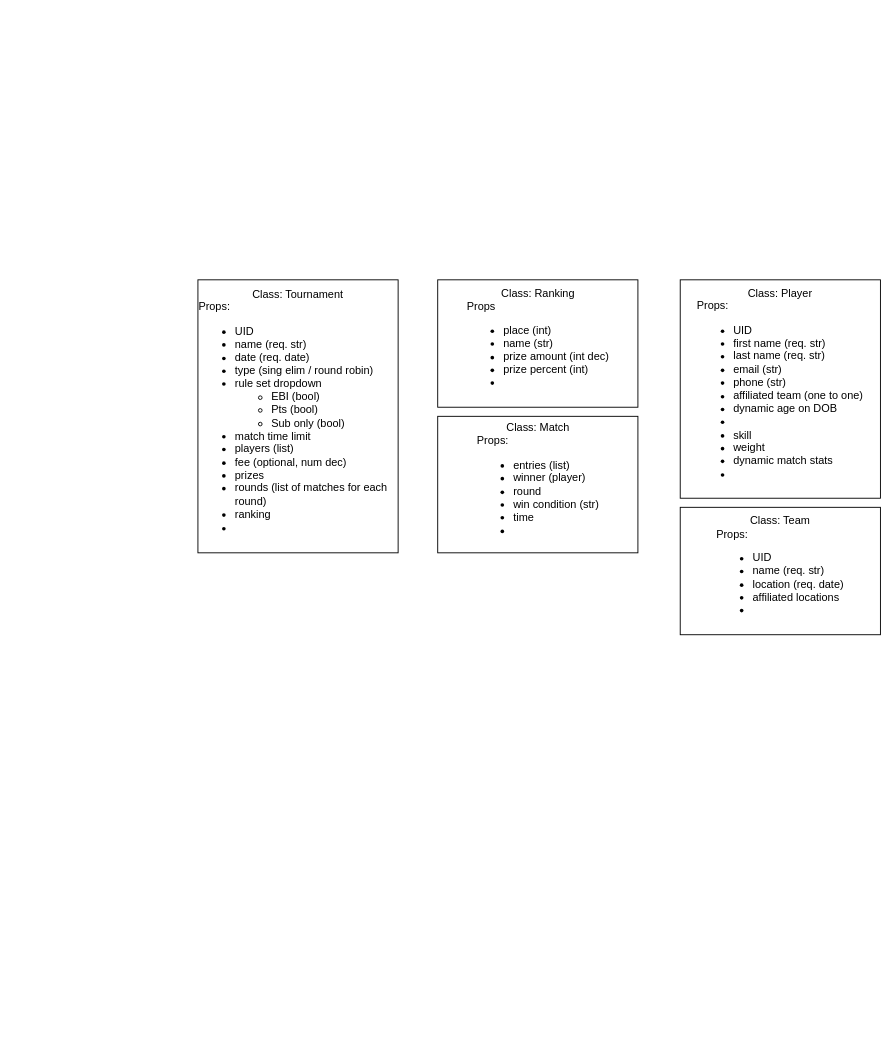
Earlier version of the draw.io diagram data_map.drawio (jessi-b/TournamentTracker.Solution). Source tidied: cells renumbered, new cells numbered last; positions are measured from the earlier drawing's top-left corner, leaving out a move shared by most shapes. Both pictures are drawn from the tidied source at 91%, with x=0, y=0 at pixel (197, 279).
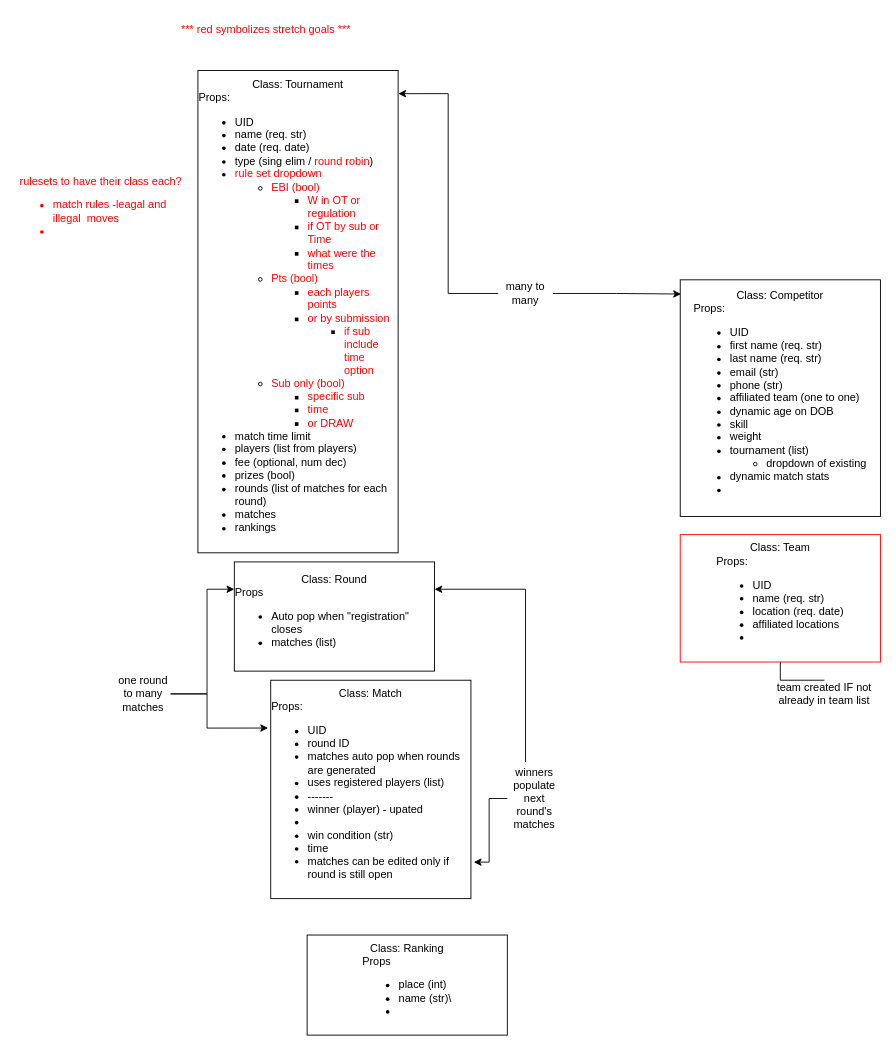
After the change.

What changed in the source:
```diff
@@
-    <mxCell id="2" value="Class: Player&lt;br&gt;&lt;div style=&quot;text-align: left&quot;&gt;&lt;span&gt;Props:&lt;/span&gt;&lt;br&gt;&lt;/div&gt;&lt;ul&gt;&lt;li style=&quot;text-align: left&quot;&gt;&lt;span&gt;UID&lt;/span&gt;&lt;/li&gt;&lt;li style=&quot;text-align: left&quot;&gt;&lt;span&gt;first name (req. str)&lt;/span&gt;&lt;/li&gt;&lt;li style=&quot;text-align: left&quot;&gt;last name (req. str)&lt;/li&gt;&lt;li style=&quot;text-align: left&quot;&gt;email (str)&lt;/li&gt;&lt;li style=&quot;text-align: left&quot;&gt;phone (str)&lt;/li&gt;&lt;li style=&quot;text-align: left&quot;&gt;affiliated team (one to one)&lt;/li&gt;&lt;li style=&quot;text-align: left&quot;&gt;dynamic age on DOB&lt;/li&gt;&lt;li style=&quot;text-align: left&quot;&gt;&lt;br&gt;&lt;/li&gt;&lt;li style=&quot;text-align: left&quot;&gt;skill&lt;/li&gt;&lt;li style=&quot;text-align: left&quot;&gt;weight&lt;/li&gt;&lt;li style=&quot;text-align: left&quot;&gt;dynamic match stats&lt;/li&gt;&lt;li style=&quot;text-align: left&quot;&gt;&lt;br&gt;&lt;/li&gt;&lt;/ul&gt;" style="rounded=0;whiteSpace=wrap;html=1;" parent="1" vertex="1">
-      <mxGeometry x="530" width="220" height="240" as="geometry" />
+    <mxCell id="2" value="Class:&amp;nbsp;&lt;span&gt;Competitor&lt;/span&gt;&lt;br&gt;&lt;div style=&quot;text-align: left&quot;&gt;&lt;span&gt;Props:&lt;/span&gt;&lt;br&gt;&lt;/div&gt;&lt;ul&gt;&lt;li style=&quot;text-align: left&quot;&gt;&lt;span&gt;UID&lt;/span&gt;&lt;/li&gt;&lt;li style=&quot;text-align: left&quot;&gt;&lt;span&gt;first name (req. str)&lt;/span&gt;&lt;/li&gt;&lt;li style=&quot;text-align: left&quot;&gt;last name (req. str)&lt;/li&gt;&lt;li style=&quot;text-align: left&quot;&gt;email (str)&lt;/li&gt;&lt;li style=&quot;text-align: left&quot;&gt;phone (str)&lt;/li&gt;&lt;li style=&quot;text-align: left&quot;&gt;affiliated team (one to one)&lt;/li&gt;&lt;li style=&quot;text-align: left&quot;&gt;dynamic age on DOB&lt;/li&gt;&lt;li style=&quot;text-align: left&quot;&gt;skill&lt;/li&gt;&lt;li style=&quot;text-align: left&quot;&gt;weight&lt;/li&gt;&lt;li style=&quot;text-align: left&quot;&gt;tournament (list)&amp;nbsp;&lt;/li&gt;&lt;ul&gt;&lt;li style=&quot;text-align: left&quot;&gt;dropdown of existing&lt;/li&gt;&lt;/ul&gt;&lt;li style=&quot;text-align: left&quot;&gt;dynamic match stats&lt;/li&gt;&lt;li style=&quot;text-align: left&quot;&gt;&lt;br&gt;&lt;/li&gt;&lt;/ul&gt;" style="rounded=0;whiteSpace=wrap;html=1;" parent="1" vertex="1">
+      <mxGeometry x="530" width="220" height="260" as="geometry" />
     </mxCell>
-    <mxCell id="3" value="Class: Tournament&lt;br&gt;&lt;div style=&quot;text-align: left&quot;&gt;&lt;span&gt;Props:&lt;/span&gt;&lt;br&gt;&lt;/div&gt;&lt;ul&gt;&lt;li style=&quot;text-align: left&quot;&gt;&lt;span&gt;UID&lt;/span&gt;&lt;/li&gt;&lt;li style=&quot;text-align: left&quot;&gt;&lt;span&gt;name (req. str)&lt;/span&gt;&lt;/li&gt;&lt;li style=&quot;text-align: left&quot;&gt;date (req. date)&lt;/li&gt;&lt;li style=&quot;text-align: left&quot;&gt;type (sing elim / round robin)&lt;/li&gt;&lt;li style=&quot;text-align: left&quot;&gt;rule set dropdown&lt;/li&gt;&lt;ul&gt;&lt;li style=&quot;text-align: left&quot;&gt;EBI (bool)&lt;/li&gt;&lt;li style=&quot;text-align: left&quot;&gt;Pts (bool)&lt;/li&gt;&lt;li style=&quot;text-align: left&quot;&gt;Sub only (bool)&lt;/li&gt;&lt;/ul&gt;&lt;li style=&quot;text-align: left&quot;&gt;match time limit&lt;/li&gt;&lt;li style=&quot;text-align: left&quot;&gt;players (list)&lt;/li&gt;&lt;li style=&quot;text-align: left&quot;&gt;fee (optional, num dec)&lt;/li&gt;&lt;li style=&quot;text-align: left&quot;&gt;prizes&lt;/li&gt;&lt;li style=&quot;text-align: left&quot;&gt;rounds (list of matches for each round)&lt;/li&gt;&lt;li style=&quot;text-align: left&quot;&gt;ranking&lt;/li&gt;&lt;li style=&quot;text-align: left&quot;&gt;&lt;br&gt;&lt;/li&gt;&lt;/ul&gt;" style="rounded=0;whiteSpace=wrap;html=1;" parent="1" vertex="1">
-      <mxGeometry width="220" height="300" as="geometry" />
+    <mxCell id="3" value="Class: Tournament&lt;br&gt;&lt;div style=&quot;text-align: left&quot;&gt;&lt;span&gt;Props:&lt;/span&gt;&lt;br&gt;&lt;/div&gt;&lt;ul&gt;&lt;li style=&quot;text-align: left&quot;&gt;&lt;span&gt;UID&lt;/span&gt;&lt;/li&gt;&lt;li style=&quot;text-align: left&quot;&gt;&lt;span&gt;name (req. str)&lt;/span&gt;&lt;/li&gt;&lt;li style=&quot;text-align: left&quot;&gt;date (req. date)&lt;/li&gt;&lt;li style=&quot;text-align: left&quot;&gt;type (sing elim / &lt;font color=&quot;#ff0000&quot;&gt;round robin&lt;/font&gt;)&lt;/li&gt;&lt;li style=&quot;text-align: left&quot;&gt;&lt;font color=&quot;#ff0000&quot;&gt;rule set dropdown&lt;/font&gt;&lt;/li&gt;&lt;ul&gt;&lt;li style=&quot;text-align: left&quot;&gt;&lt;font color=&quot;#ff0000&quot;&gt;EBI (bool)&lt;/font&gt;&lt;/li&gt;&lt;ul&gt;&lt;li style=&quot;text-align: left&quot;&gt;&lt;font color=&quot;#ff0000&quot;&gt;W in OT or regulation&lt;/font&gt;&lt;/li&gt;&lt;li style=&quot;text-align: left&quot;&gt;&lt;font color=&quot;#ff0000&quot;&gt;if OT by sub or Time&lt;/font&gt;&lt;/li&gt;&lt;li style=&quot;text-align: left&quot;&gt;&lt;font color=&quot;#ff0000&quot;&gt;what were the times&lt;/font&gt;&lt;/li&gt;&lt;/ul&gt;&lt;li style=&quot;text-align: left&quot;&gt;&lt;font color=&quot;#ff0000&quot;&gt;Pts (bool)&lt;/font&gt;&lt;/li&gt;&lt;ul&gt;&lt;li style=&quot;text-align: left&quot;&gt;&lt;font color=&quot;#ff0000&quot;&gt;each players points&lt;/font&gt;&lt;/li&gt;&lt;li style=&quot;text-align: left&quot;&gt;&lt;font color=&quot;#ff0000&quot;&gt;or by submission&lt;/font&gt;&lt;/li&gt;&lt;ul&gt;&lt;li style=&quot;text-align: left&quot;&gt;&lt;font color=&quot;#ff0000&quot;&gt;if sub include time option&lt;/font&gt;&lt;/li&gt;&lt;/ul&gt;&lt;/ul&gt;&lt;li style=&quot;text-align: left&quot;&gt;&lt;font color=&quot;#ff0000&quot;&gt;Sub only (bool)&lt;/font&gt;&lt;/li&gt;&lt;ul&gt;&lt;li style=&quot;text-align: left&quot;&gt;&lt;font color=&quot;#ff0000&quot;&gt;specific sub&lt;/font&gt;&lt;/li&gt;&lt;li style=&quot;text-align: left&quot;&gt;&lt;font color=&quot;#ff0000&quot;&gt;time&lt;/font&gt;&lt;/li&gt;&lt;li style=&quot;text-align: left&quot;&gt;&lt;font color=&quot;#ff0000&quot;&gt;or DRAW&lt;/font&gt;&lt;/li&gt;&lt;/ul&gt;&lt;/ul&gt;&lt;li style=&quot;text-align: left&quot;&gt;match time limit&lt;/li&gt;&lt;li style=&quot;text-align: left&quot;&gt;players (list from players)&lt;/li&gt;&lt;li style=&quot;text-align: left&quot;&gt;fee (optional, num dec)&lt;/li&gt;&lt;li style=&quot;text-align: left&quot;&gt;prizes (bool)&lt;/li&gt;&lt;li style=&quot;text-align: left&quot;&gt;rounds (list of matches for each round)&lt;/li&gt;&lt;li style=&quot;text-align: left&quot;&gt;matches&lt;/li&gt;&lt;li style=&quot;text-align: left&quot;&gt;rankings&lt;/li&gt;&lt;/ul&gt;" style="rounded=0;whiteSpace=wrap;html=1;" parent="1" vertex="1">
+      <mxGeometry y="-230" width="220" height="530" as="geometry" />
     </mxCell>
-    <mxCell id="4" value="Class: Team&lt;br&gt;&lt;div style=&quot;text-align: left&quot;&gt;&lt;span&gt;Props:&lt;/span&gt;&lt;/div&gt;&lt;ul&gt;&lt;li style=&quot;text-align: left&quot;&gt;&lt;span&gt;UID&lt;/span&gt;&lt;/li&gt;&lt;li style=&quot;text-align: left&quot;&gt;&lt;span&gt;name (req. str)&lt;/span&gt;&lt;/li&gt;&lt;li style=&quot;text-align: left&quot;&gt;location (req. date)&lt;/li&gt;&lt;li style=&quot;text-align: left&quot;&gt;affiliated locations&lt;/li&gt;&lt;li style=&quot;text-align: left&quot;&gt;&lt;br&gt;&lt;/li&gt;&lt;/ul&gt;" style="rounded=0;whiteSpace=wrap;html=1;" parent="1" vertex="1">
-      <mxGeometry x="530" y="250" width="220" height="140" as="geometry" />
+    <mxCell id="4" value="Class: Team&lt;br&gt;&lt;div style=&quot;text-align: left&quot;&gt;&lt;span&gt;Props:&lt;/span&gt;&lt;/div&gt;&lt;ul&gt;&lt;li style=&quot;text-align: left&quot;&gt;&lt;span&gt;UID&lt;/span&gt;&lt;/li&gt;&lt;li style=&quot;text-align: left&quot;&gt;&lt;span&gt;name (req. str)&lt;/span&gt;&lt;/li&gt;&lt;li style=&quot;text-align: left&quot;&gt;location (req. date)&lt;/li&gt;&lt;li style=&quot;text-align: left&quot;&gt;affiliated locations&lt;/li&gt;&lt;li style=&quot;text-align: left&quot;&gt;&lt;br&gt;&lt;/li&gt;&lt;/ul&gt;" style="rounded=0;whiteSpace=wrap;html=1;strokeColor=#FF0000;" parent="1" vertex="1">
+      <mxGeometry x="530" y="280" width="220" height="140" as="geometry" />
     </mxCell>
-    <mxCell id="5" value="Class: Ranking&lt;br&gt;&lt;div style=&quot;text-align: left&quot;&gt;Props&lt;/div&gt;&lt;ul&gt;&lt;li style=&quot;text-align: left&quot;&gt;place (int)&lt;/li&gt;&lt;li style=&quot;text-align: left&quot;&gt;name (str)&lt;/li&gt;&lt;li style=&quot;text-align: left&quot;&gt;prize amount (int dec)&lt;/li&gt;&lt;li style=&quot;text-align: left&quot;&gt;prize percent (int)&lt;/li&gt;&lt;li style=&quot;text-align: left&quot;&gt;&lt;br&gt;&lt;/li&gt;&lt;/ul&gt;" style="rounded=0;whiteSpace=wrap;html=1;" parent="1" vertex="1">
-      <mxGeometry x="263.5" width="220" height="140" as="geometry" />
+    <mxCell id="5" value="Class: Ranking&lt;br&gt;&lt;div style=&quot;text-align: left&quot;&gt;Props&lt;/div&gt;&lt;ul&gt;&lt;li style=&quot;text-align: left&quot;&gt;place (int)&lt;/li&gt;&lt;li style=&quot;text-align: left&quot;&gt;name (str)\&lt;/li&gt;&lt;li style=&quot;text-align: left&quot;&gt;&lt;br&gt;&lt;/li&gt;&lt;/ul&gt;" style="rounded=0;whiteSpace=wrap;html=1;" parent="1" vertex="1">
+      <mxGeometry x="120" y="720" width="220" height="110" as="geometry" />
     </mxCell>
-    <mxCell id="6" value="Class: Match&lt;br&gt;&lt;div style=&quot;text-align: left&quot;&gt;&lt;span&gt;Props:&lt;/span&gt;&lt;/div&gt;&lt;ul&gt;&lt;li style=&quot;text-align: left&quot;&gt;&lt;span&gt;entries (list)&lt;/span&gt;&lt;/li&gt;&lt;li style=&quot;text-align: left&quot;&gt;&lt;span&gt;winner (player)&lt;/span&gt;&lt;/li&gt;&lt;li style=&quot;text-align: left&quot;&gt;round&lt;/li&gt;&lt;li style=&quot;text-align: left&quot;&gt;win condition (str)&lt;/li&gt;&lt;li style=&quot;text-align: left&quot;&gt;time&lt;/li&gt;&lt;li style=&quot;text-align: left&quot;&gt;&lt;br&gt;&lt;/li&gt;&lt;/ul&gt;" style="rounded=0;whiteSpace=wrap;html=1;" parent="1" vertex="1">
-      <mxGeometry x="263.5" y="150" width="220" height="150" as="geometry" />
+    <mxCell id="6" value="Class: Match&lt;br&gt;&lt;div style=&quot;text-align: left&quot;&gt;&lt;span&gt;Props:&lt;/span&gt;&lt;/div&gt;&lt;ul&gt;&lt;li style=&quot;text-align: left&quot;&gt;&lt;span&gt;UID&lt;/span&gt;&lt;/li&gt;&lt;li style=&quot;text-align: left&quot;&gt;&lt;span&gt;round ID&amp;nbsp;&lt;/span&gt;&lt;/li&gt;&lt;li style=&quot;text-align: left&quot;&gt;&lt;span&gt;matches auto pop when rounds are generated&lt;/span&gt;&lt;/li&gt;&lt;li style=&quot;text-align: left&quot;&gt;&lt;span&gt;uses registered players (list)&lt;/span&gt;&lt;/li&gt;&lt;li style=&quot;text-align: left&quot;&gt;&lt;span&gt;-------&lt;/span&gt;&lt;/li&gt;&lt;li style=&quot;text-align: left&quot;&gt;&lt;span&gt;winner (player) - upated&lt;/span&gt;&lt;/li&gt;&lt;li style=&quot;text-align: left&quot;&gt;&lt;br&gt;&lt;/li&gt;&lt;li style=&quot;text-align: left&quot;&gt;win condition (str)&lt;/li&gt;&lt;li style=&quot;text-align: left&quot;&gt;time&lt;/li&gt;&lt;li style=&quot;text-align: left&quot;&gt;matches can be edited only if round is still open&lt;/li&gt;&lt;/ul&gt;" style="rounded=0;whiteSpace=wrap;html=1;" parent="1" vertex="1">
+      <mxGeometry x="80" y="440" width="220" height="240" as="geometry" />
     </mxCell>
+    <mxCell id="7" style="edgeStyle=orthogonalEdgeStyle;rounded=0;jettySize=auto;html=1;entryX=0.004;entryY=0.06;entryDx=0;entryDy=0;entryPerimeter=0;fontColor=#000000;" parent="1" edge="1" source="9" target="2">
+      <mxGeometry relative="1" as="geometry" />
+    </mxCell>
+    <mxCell id="8" style="edgeStyle=orthogonalEdgeStyle;rounded=0;jettySize=auto;html=1;exitX=0;exitY=0.5;exitDx=0;exitDy=0;fontColor=#000000;entryX=1.001;entryY=0.048;entryDx=0;entryDy=0;entryPerimeter=0;" parent="1" edge="1" source="9" target="3">
+      <mxGeometry relative="1" as="geometry" />
+    </mxCell>
+    <mxCell id="9" value="many to many" style="text;html=1;strokeColor=none;fillColor=none;align=center;verticalAlign=middle;whiteSpace=wrap;rounded=0;fontColor=#000000;" parent="1" vertex="1">
+      <mxGeometry x="330" width="60" height="30" as="geometry" />
+    </mxCell>
+    <mxCell id="10" value="team created IF not already in team list" style="text;html=1;strokeColor=none;fillColor=none;align=center;verticalAlign=middle;whiteSpace=wrap;rounded=0;fontColor=#000000;" parent="1" vertex="1">
+      <mxGeometry x="627" y="440" width="123" height="30" as="geometry" />
+    </mxCell>
+    <mxCell id="11" style="edgeStyle=orthogonalEdgeStyle;rounded=0;jettySize=auto;html=1;fontColor=#FF0000;endArrow=none;" parent="1" edge="1" source="4" target="10">
+      <mxGeometry relative="1" as="geometry" />
+    </mxCell>
+    <mxCell id="12" value="Class: Round&lt;br&gt;&lt;div style=&quot;text-align: left&quot;&gt;&lt;span&gt;Props&lt;/span&gt;&lt;/div&gt;&lt;div style=&quot;text-align: left&quot;&gt;&lt;ul&gt;&lt;li&gt;Auto pop when &quot;registration&quot; closes&lt;/li&gt;&lt;li&gt;matches (list)&lt;/li&gt;&lt;/ul&gt;&lt;/div&gt;" style="rounded=0;whiteSpace=wrap;html=1;fontColor=#000000;align=center;" parent="1" vertex="1">
+      <mxGeometry x="40" y="310" width="220" height="120" as="geometry" />
+    </mxCell>
+    <mxCell id="13" value="rulesets to have their class each?&lt;br&gt;&lt;ul&gt;&lt;li style=&quot;text-align: left&quot;&gt;match rules -leagal and illegal&amp;nbsp; moves&lt;/li&gt;&lt;li style=&quot;text-align: left&quot;&gt;&lt;br&gt;&lt;/li&gt;&lt;/ul&gt;" style="text;html=1;strokeColor=none;fillColor=none;align=center;verticalAlign=middle;whiteSpace=wrap;rounded=0;fontColor=#FF0000;" parent="1" vertex="1">
+      <mxGeometry x="-200" y="-110" width="187" height="70" as="geometry" />
+    </mxCell>
+    <mxCell id="14" style="edgeStyle=orthogonalEdgeStyle;rounded=0;jettySize=auto;html=1;entryX=0;entryY=0.25;entryDx=0;entryDy=0;fontColor=#000000;" parent="1" edge="1" source="16" target="12">
+      <mxGeometry relative="1" as="geometry">
+        <Array as="points">
+          <mxPoint x="10" y="455" />
+          <mxPoint x="10" y="340" />
+        </Array>
+      </mxGeometry>
+    </mxCell>
+    <mxCell id="15" style="edgeStyle=orthogonalEdgeStyle;rounded=0;jettySize=auto;html=1;entryX=-0.013;entryY=0.219;entryDx=0;entryDy=0;entryPerimeter=0;fontColor=#000000;" parent="1" edge="1" source="16" target="6">
+      <mxGeometry relative="1" as="geometry">
+        <Array as="points">
+          <mxPoint x="10" y="455" />
+          <mxPoint x="10" y="493" />
+        </Array>
+      </mxGeometry>
+    </mxCell>
+    <mxCell id="16" value="one round to many matches" style="text;html=1;strokeColor=none;fillColor=none;align=center;verticalAlign=middle;whiteSpace=wrap;rounded=0;fontColor=#000000;" parent="1" vertex="1">
+      <mxGeometry x="-90" y="425" width="60" height="60" as="geometry" />
+    </mxCell>
+    <mxCell id="17" style="edgeStyle=orthogonalEdgeStyle;rounded=0;jettySize=auto;html=1;entryX=1.014;entryY=0.833;entryDx=0;entryDy=0;entryPerimeter=0;fontColor=#000000;" parent="1" edge="1" source="19" target="6">
+      <mxGeometry relative="1" as="geometry" />
+    </mxCell>
+    <mxCell id="18" style="edgeStyle=orthogonalEdgeStyle;rounded=0;jettySize=auto;html=1;entryX=1;entryY=0.25;entryDx=0;entryDy=0;fontColor=#000000;" parent="1" edge="1" source="19" target="12">
+      <mxGeometry relative="1" as="geometry">
+        <Array as="points">
+          <mxPoint x="360" y="340" />
+        </Array>
+      </mxGeometry>
+    </mxCell>
+    <mxCell id="19" value="winners populate next round's matches" style="text;html=1;strokeColor=none;fillColor=none;align=center;verticalAlign=middle;whiteSpace=wrap;rounded=0;fontColor=#000000;" parent="1" vertex="1">
+      <mxGeometry x="340" y="530" width="60" height="80" as="geometry" />
+    </mxCell>
+    <mxCell id="20" value="*** red symbolizes stretch goals ***" style="text;html=1;strokeColor=none;fillColor=none;align=center;verticalAlign=middle;whiteSpace=wrap;rounded=0;fontColor=#FF0000;" parent="1" vertex="1">
+      <mxGeometry x="-40" y="-290" width="230" height="30" as="geometry" />
+    </mxCell>
```
